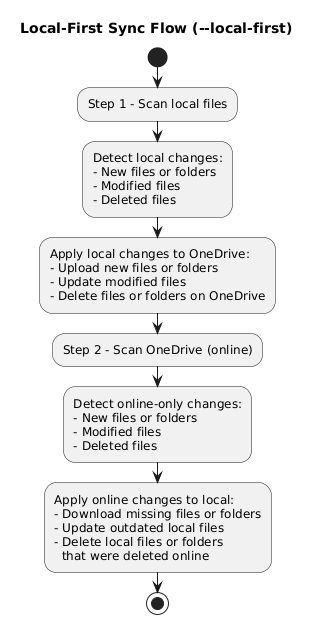
Before: docs/puml/local_first_sync_process.png, a diagram exported from PlantUML (abraunegg/onedrive).
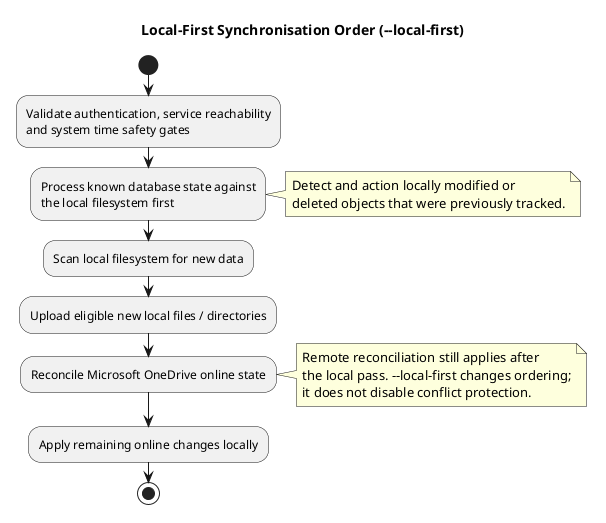
The same diagram one commit later.

What changed in the source:
```diff
@@ -1,30 +1,25 @@
 @startuml
-title Local-First Sync Flow (--local-first)
+title Local-First Synchronisation Order (~--local-first)
 
 start
+:Validate authentication, service reachability\nand system time safety gates;
 
-:Step 1 - Scan local files;
-:Detect local changes:
-- New files or folders
-- Modified files
-- Deleted files;
+:Process known database state against\nthe local filesystem first;
+note right
+  Detect and action locally modified or
+  deleted objects that were previously tracked.
+end note
 
-:Apply local changes to OneDrive:
-- Upload new files or folders
-- Update modified files
-- Delete files or folders on OneDrive;
+:Scan local filesystem for new data;
+:Upload eligible new local files / directories;
 
-:Step 2 - Scan OneDrive (online);
-:Detect online-only changes:
-- New files or folders
-- Modified files
-- Deleted files;
+:Reconcile Microsoft OneDrive online state;
+note right
+  Remote reconciliation still applies after
+  the local pass. ~--local-first changes ordering;
+  it does not disable conflict protection.
+end note
 
-:Apply online changes to local:
-- Download missing files or folders
-- Update outdated local files
-- Delete local files or folders
-  that were deleted online;
-
+:Apply remaining online changes locally;
 stop
 @enduml
```
